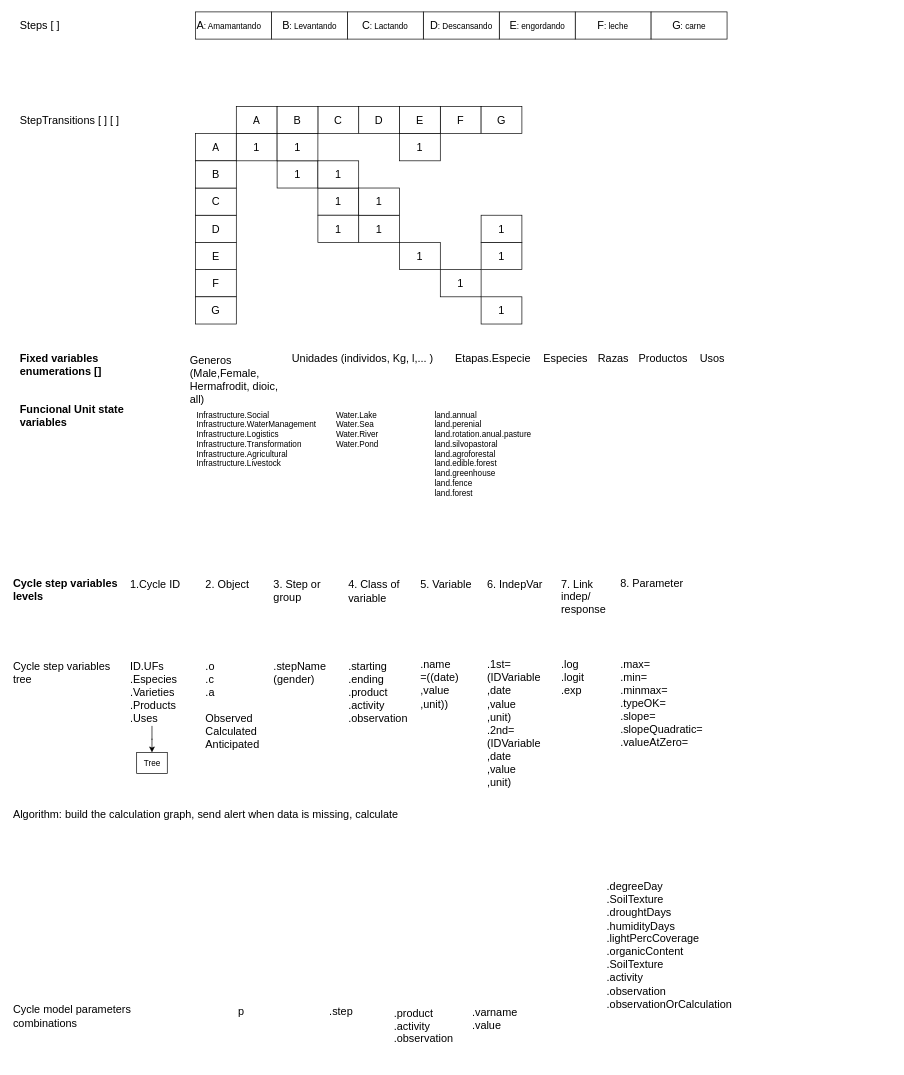
Before: page "Genérico" (1 of 2) of CyclesModels.drawio in stdupas/app.agromaker, a draw.io diagram. Source tidied: cells renumbered, new cells numbered last; positions are measured from the earlier drawing's top-left corner, leaving out a move shared by most shapes. Both pictures are drawn from the tidied source at 68%, with x=0, y=0 at pixel (12, 12).
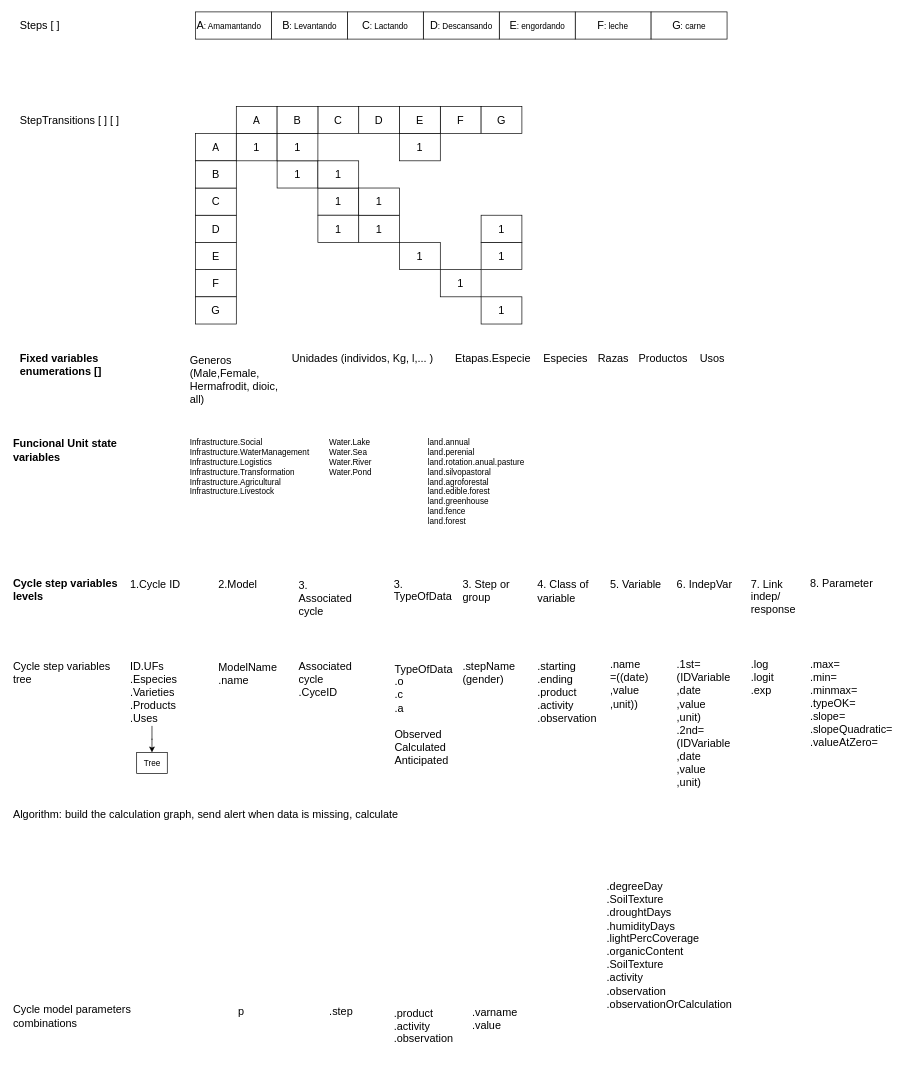
The same diagram, later.

Commit message:
Mettre à jour CyclesModels.drawio

Change to the diagram source:
```diff
@@
-    <mxCell id="47" value=".o&lt;div style=&quot;font-size: 16px;&quot;&gt;.c&lt;/div&gt;&lt;div style=&quot;font-size: 16px;&quot;&gt;.a&lt;br style=&quot;font-size: 16px;&quot;&gt;&lt;/div&gt;&lt;div&gt;&lt;br&gt;&lt;/div&gt;&lt;div&gt;&lt;div style=&quot;font-size: 16px;&quot;&gt;Observed&lt;/div&gt;&lt;div style=&quot;font-size: 16px;&quot;&gt;Calculated&lt;/div&gt;Anticipated&lt;/div&gt;" style="text;whiteSpace=wrap;html=1;fontSize=16;verticalAlign=top;" parent="1" vertex="1">
-      <mxGeometry x="282.8" y="946" width="100" height="90" as="geometry" />
+    <mxCell id="47" value="TypeOfData&lt;br&gt;&lt;div&gt;.o&lt;/div&gt;&lt;div style=&quot;font-size: 16px;&quot;&gt;.c&lt;/div&gt;&lt;div style=&quot;font-size: 16px;&quot;&gt;.a&lt;br style=&quot;font-size: 16px;&quot;&gt;&lt;/div&gt;&lt;div&gt;&lt;br&gt;&lt;/div&gt;&lt;div&gt;&lt;div style=&quot;font-size: 16px;&quot;&gt;Observed&lt;/div&gt;&lt;div style=&quot;font-size: 16px;&quot;&gt;Calculated&lt;/div&gt;Anticipated&lt;/div&gt;" style="text;whiteSpace=wrap;html=1;fontSize=16;verticalAlign=top;" parent="1" vertex="1">
+      <mxGeometry x="561.3" y="950" width="100" height="86" as="geometry" />
     </mxCell>
     <mxCell id="48" value="&lt;div&gt;.stepName (gender)&lt;br&gt;&lt;/div&gt;&lt;div&gt;&lt;br&gt;&lt;/div&gt;" style="text;whiteSpace=wrap;html=1;fontSize=16;verticalAlign=top;" parent="1" vertex="1">
-      <mxGeometry x="382.8" y="946" width="77.2" height="90" as="geometry" />
+      <mxGeometry x="661.3" y="946" width="77.2" height="90" as="geometry" />
     </mxCell>
     <mxCell id="49" value="&lt;div&gt;.starting&lt;/div&gt;.ending&lt;div&gt;.product&lt;/div&gt;&lt;div&gt;.activity&lt;/div&gt;&lt;div&gt;.observation&lt;/div&gt;" style="text;whiteSpace=wrap;html=1;fontSize=16;verticalAlign=top;" parent="1" vertex="1">
-      <mxGeometry x="492.8" y="946" width="100" height="113" as="geometry" />
+      <mxGeometry x="771.3" y="946" width="100" height="113" as="geometry" />
     </mxCell>
     <mxCell id="50" value="&lt;div&gt;.name&lt;br&gt;&lt;/div&gt;&lt;div&gt;=((date)&lt;/div&gt;&lt;div&gt;,value&lt;/div&gt;&lt;div&gt;,unit))&lt;br&gt;&lt;/div&gt;" style="text;whiteSpace=wrap;html=1;fontSize=16;verticalAlign=top;" parent="1" vertex="1">
-      <mxGeometry x="599" y="944" width="100" height="80" as="geometry" />
+      <mxGeometry x="877.5" y="944" width="100" height="80" as="geometry" />
     </mxCell>
@@
     <mxCell id="52" value="&lt;div&gt;.max=&lt;/div&gt;&lt;div&gt;.min=&lt;/div&gt;&lt;div&gt;.minmax=&lt;/div&gt;.typeOK=&lt;div&gt;&lt;div&gt;.slope=&lt;/div&gt;&lt;div&gt;.slopeQuadratic=&lt;/div&gt;&lt;/div&gt;&lt;div&gt;.valueAtZero=&lt;/div&gt;" style="text;whiteSpace=wrap;html=1;fontSize=16;verticalAlign=top;" parent="1" vertex="1">
-      <mxGeometry x="893.2" y="942.5" width="90" height="155.5" as="geometry" />
+      <mxGeometry x="1171.7" y="942.5" width="90" height="155.5" as="geometry" />
     </mxCell>
@@
     <mxCell id="58" value="Funcional Unit state variables" style="text;html=1;strokeColor=none;fillColor=none;align=left;verticalAlign=middle;whiteSpace=wrap;rounded=0;fontSize=16;fontStyle=1;" parent="1" vertex="1">
-      <mxGeometry x="10" y="579" width="220" height="30" as="geometry" />
+      <mxGeometry y="620" width="220" height="50" as="geometry" />
     </mxCell>
     <mxCell id="59" value="&lt;div&gt;Infrastructure.Social &lt;br&gt;&lt;/div&gt;&lt;div&gt;Infrastructure.WaterManagement &lt;br&gt;&lt;/div&gt;&lt;div&gt;Infrastructure.Logistics &lt;br&gt;&lt;/div&gt;&lt;div&gt;Infrastructure.Transformation &lt;br&gt;&lt;/div&gt;&lt;div&gt;Infrastructure.Agricultural &lt;br&gt;&lt;/div&gt;&lt;div&gt;Infrastructure.Livestock&lt;/div&gt;" style="text;whiteSpace=wrap;html=1;" parent="1" vertex="1">
-      <mxGeometry x="270" y="579" width="120" height="110" as="geometry" />
+      <mxGeometry x="260" y="620" width="120" height="110" as="geometry" />
     </mxCell>
     <mxCell id="60" value="&lt;div&gt;Water.Lake &lt;br&gt;&lt;/div&gt;Water.Sea&lt;div&gt;Water.River&lt;/div&gt;&lt;div&gt;Water.Pond&lt;/div&gt;" style="text;whiteSpace=wrap;html=1;" parent="1" vertex="1">
-      <mxGeometry x="475" y="579" width="120" height="110" as="geometry" />
+      <mxGeometry x="465" y="620" width="120" height="110" as="geometry" />
     </mxCell>
     <mxCell id="61" value="&lt;div&gt;land.annual&lt;/div&gt;&lt;div&gt;land.perenial&lt;div&gt;land.rotation.anual.pasture&lt;/div&gt;&lt;div&gt;land.silvopastoral&lt;/div&gt;land.agroforestal&lt;/div&gt;&lt;div&gt;land.edible.forest&lt;div&gt;land.greenhouse&lt;/div&gt;&lt;div&gt;land.fence&lt;/div&gt;&lt;div&gt;land.forest&lt;/div&gt;&lt;div&gt;&lt;br&gt;&lt;div&gt;&lt;br&gt;&lt;br&gt;&lt;/div&gt;&lt;/div&gt;&lt;div&gt;&lt;br&gt;&lt;br&gt;&lt;/div&gt;&lt;br&gt;&lt;br&gt;&lt;/div&gt;" style="text;whiteSpace=wrap;html=1;" parent="1" vertex="1">
-      <mxGeometry x="620" y="579" width="120" height="110" as="geometry" />
+      <mxGeometry x="610" y="620" width="120" height="110" as="geometry" />
     </mxCell>
-    <mxCell id="62" value="2. Object&lt;div&gt;&lt;br&gt;&lt;/div&gt;" style="text;html=1;strokeColor=none;fillColor=none;align=left;verticalAlign=middle;whiteSpace=wrap;rounded=0;fontSize=16;" parent="1" vertex="1">
-      <mxGeometry x="282.8" y="829" width="100" height="44" as="geometry" />
+    <mxCell id="62" value="3. TypeOfData&lt;div&gt;&lt;br&gt;&lt;/div&gt;" style="text;html=1;strokeColor=none;fillColor=none;align=left;verticalAlign=middle;whiteSpace=wrap;rounded=0;fontSize=16;" parent="1" vertex="1">
+      <mxGeometry x="560" y="837.5" width="100" height="44" as="geometry" />
     </mxCell>
     <mxCell id="63" value="3. Step or group" style="text;html=1;strokeColor=none;fillColor=none;align=left;verticalAlign=middle;whiteSpace=wrap;rounded=0;fontSize=16;" parent="1" vertex="1">
-      <mxGeometry x="382.8" y="832" width="100" height="38" as="geometry" />
+      <mxGeometry x="661.3" y="832" width="100" height="38" as="geometry" />
     </mxCell>
     <mxCell id="64" value="4. Class of variable" style="text;html=1;strokeColor=none;fillColor=none;align=left;verticalAlign=middle;whiteSpace=wrap;rounded=0;fontSize=16;" parent="1" vertex="1">
-      <mxGeometry x="492.8" y="821" width="85" height="62" as="geometry" />
+      <mxGeometry x="771.3" y="821" width="85" height="62" as="geometry" />
     </mxCell>
     <mxCell id="65" value="5. Variable " style="text;html=1;strokeColor=none;fillColor=none;align=left;verticalAlign=middle;whiteSpace=wrap;rounded=0;fontSize=16;" parent="1" vertex="1">
-      <mxGeometry x="599" y="825" width="100" height="32" as="geometry" />
+      <mxGeometry x="877.5" y="825" width="100" height="32" as="geometry" />
     </mxCell>
@@
     <mxCell id="73" value="&lt;div&gt;.log&lt;/div&gt;&lt;div&gt;.logit&lt;/div&gt;&lt;div&gt;.exp&lt;br&gt;&lt;/div&gt;" style="text;whiteSpace=wrap;html=1;fontSize=16;verticalAlign=top;" parent="1" vertex="1">
-      <mxGeometry x="806.2" y="943.5" width="60" height="74.5" as="geometry" />
+      <mxGeometry x="1084.7" y="943.5" width="60" height="74.5" as="geometry" />
     </mxCell>
@@
     <mxCell id="76" value="6. IndepVar" style="text;html=1;strokeColor=none;fillColor=none;align=left;verticalAlign=middle;whiteSpace=wrap;rounded=0;fontSize=16;" parent="1" vertex="1">
-      <mxGeometry x="697" y="825" width="100" height="32" as="geometry" />
+      <mxGeometry x="975.5" y="825" width="100" height="32" as="geometry" />
     </mxCell>
     <mxCell id="77" value="8. Parameter " style="text;html=1;strokeColor=none;fillColor=none;align=left;verticalAlign=middle;whiteSpace=wrap;rounded=0;fontSize=16;" parent="1" vertex="1">
-      <mxGeometry x="893.2" y="824" width="100" height="32" as="geometry" />
+      <mxGeometry x="1171.7" y="824" width="100" height="32" as="geometry" />
     </mxCell>
@@
     <mxCell id="79" value="7. Link &lt;br&gt;indep/ response" style="text;html=1;strokeColor=none;fillColor=none;align=left;verticalAlign=middle;whiteSpace=wrap;rounded=0;fontSize=16;" parent="1" vertex="1">
-      <mxGeometry x="806.2" y="828" width="64.2" height="63" as="geometry" />
+      <mxGeometry x="1084.7" y="828" width="64.2" height="63" as="geometry" />
     </mxCell>
     <mxCell id="80" value="&lt;div&gt;.1st=&lt;br&gt;(IDVariable&lt;/div&gt;&lt;div&gt;,date&lt;/div&gt;&lt;div&gt;,value&lt;/div&gt;&lt;div&gt;,unit)&lt;/div&gt;&lt;div&gt;&lt;div&gt;.2nd=&lt;/div&gt;&lt;div&gt;(IDVariable&lt;/div&gt;&lt;div&gt;,date&lt;/div&gt;&lt;div&gt;,value&lt;/div&gt;,unit)&lt;/div&gt;" style="text;whiteSpace=wrap;html=1;fontSize=16;verticalAlign=top;" parent="1" vertex="1">
-      <mxGeometry x="697" y="944" width="100" height="204" as="geometry" />
+      <mxGeometry x="975.5" y="944" width="100" height="204" as="geometry" />
     </mxCell>
@@
+    <mxCell id="82" value="2.Model" style="text;html=1;strokeColor=none;fillColor=none;align=left;verticalAlign=middle;whiteSpace=wrap;rounded=0;fontSize=16;" parent="1" vertex="1">
+      <mxGeometry x="302" y="801" width="78" height="82" as="geometry" />
+    </mxCell>
+    <mxCell id="83" value="&lt;div&gt;ModelName&lt;/div&gt;&lt;div&gt;.name&lt;br&gt;&lt;/div&gt;" style="text;whiteSpace=wrap;html=1;fontSize=16;verticalAlign=top;" parent="1" vertex="1">
+      <mxGeometry x="302" y="948" width="68" height="100" as="geometry" />
+    </mxCell>
+    <mxCell id="84" value="&lt;div&gt;3. Associated&lt;/div&gt;&lt;div&gt;cycle&lt;/div&gt;" style="text;html=1;strokeColor=none;fillColor=none;align=left;verticalAlign=middle;whiteSpace=wrap;rounded=0;fontSize=16;" parent="1" vertex="1">
+      <mxGeometry x="420" y="821" width="78" height="82" as="geometry" />
+    </mxCell>
+    <mxCell id="85" value="Associated&lt;div&gt;cycle&lt;/div&gt;&lt;div&gt;.CyceID&lt;br&gt;&lt;/div&gt;" style="text;html=1;strokeColor=none;fillColor=none;align=left;verticalAlign=middle;whiteSpace=wrap;rounded=0;fontSize=16;" parent="1" vertex="1">
+      <mxGeometry x="420" y="939.8" width="78" height="82" as="geometry" />
+    </mxCell>
```
